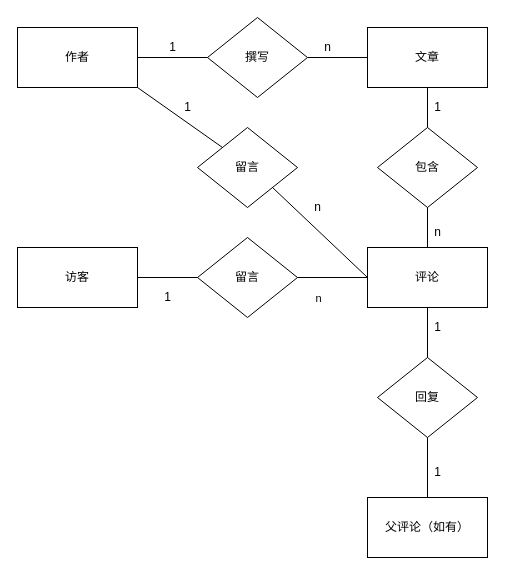
Before: diagrams/总E-R图.drawio in real-jiakai/draw, a draw.io diagram. Source tidied: cells renumbered, new cells numbered last; positions are measured from the earlier drawing's top-left corner, leaving out a move shared by most shapes. Both pictures are drawn from the tidied source at 100%, with x=0, y=0 at pixel (17, 17).
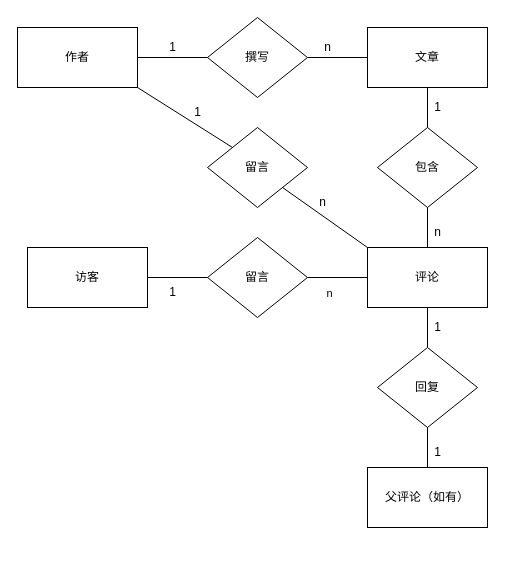
The same diagram, later.

Unchanged cells that the change refers to:
```xml
<mxCell id="5" value="评论" style="rounded=0;whiteSpace=wrap;html=1;" parent="1" vertex="1">
  <mxGeometry x="350" y="230" width="120" height="60" as="geometry" />
</mxCell>
```

Diff of the diagram source:
```diff
@@
     <mxCell id="3" value="访客" style="rounded=0;whiteSpace=wrap;html=1;" parent="1" vertex="1">
-      <mxGeometry y="230" width="120" height="60" as="geometry" />
+      <mxGeometry x="10" y="230" width="120" height="60" as="geometry" />
     </mxCell>
@@
     <mxCell id="16" value="留言" style="rhombus;whiteSpace=wrap;html=1;" parent="1" vertex="1">
-      <mxGeometry x="180" y="110" width="100" height="80" as="geometry" />
+      <mxGeometry x="190" y="110" width="100" height="80" as="geometry" />
     </mxCell>
-    <mxCell id="17" style="endArrow=none;html=1;rounded=0;entryX=1;entryY=1;entryDx=0;entryDy=0;exitX=0;exitY=0.5;exitDx=0;exitDy=0;" parent="1" edge="1" source="5" target="16">
+    <mxCell id="17" style="endArrow=none;html=1;rounded=0;entryX=1;entryY=1;entryDx=0;entryDy=0;exitX=0;exitY=0;exitDx=0;exitDy=0;" parent="1" edge="1" source="5" target="16">
       <mxGeometry relative="1" as="geometry" />
     </mxCell>
@@
     <mxCell id="19" value="留言" style="rhombus;whiteSpace=wrap;html=1;" parent="1" vertex="1">
-      <mxGeometry x="180" y="220" width="100" height="80" as="geometry" />
+      <mxGeometry x="190" y="220" width="100" height="80" as="geometry" />
     </mxCell>
     <mxCell id="20" style="endArrow=none;html=1;rounded=0;entryX=0;entryY=0.5;entryDx=0;entryDy=0;" parent="1" edge="1" target="19">
       <mxGeometry relative="1" as="geometry">
-        <mxPoint x="120" y="260" as="sourcePoint" />
+        <mxPoint x="130" y="260" as="sourcePoint" />
       </mxGeometry>
     </mxCell>
     <mxCell id="21" style="endArrow=none;html=1;rounded=0;" parent="1" edge="1">
       <mxGeometry relative="1" as="geometry">
-        <mxPoint x="280" y="260" as="sourcePoint" />
+        <mxPoint x="290" y="260" as="sourcePoint" />
         <mxPoint x="350" y="260" as="targetPoint" />
       </mxGeometry>
     </mxCell>
     <mxCell id="22" value="n" style="edgeLabel;html=1;align=center;verticalAlign=middle;" parent="21" vertex="1">
       <mxGeometry x="-0.51" y="-8" relative="1" as="geometry">
-        <mxPoint x="3" y="12" as="offset" />
+        <mxPoint x="6" y="7" as="offset" />
       </mxGeometry>
     </mxCell>
     <mxCell id="23" value="1" style="text;html=1;align=center;verticalAlign=middle;strokeColor=none;fillColor=none;" parent="1" vertex="1">
-      <mxGeometry x="155" y="75" width="30" height="30" as="geometry" />
+      <mxGeometry x="165" y="80" width="30" height="30" as="geometry" />
     </mxCell>
     <mxCell id="24" value="n" style="text;html=1;align=center;verticalAlign=middle;strokeColor=none;fillColor=none;" parent="1" vertex="1">
-      <mxGeometry x="285" y="175" width="30" height="30" as="geometry" />
+      <mxGeometry x="290" y="170" width="30" height="30" as="geometry" />
     </mxCell>
     <mxCell id="25" value="1" style="text;html=1;align=center;verticalAlign=middle;strokeColor=none;fillColor=none;" parent="1" vertex="1">
-      <mxGeometry x="135" y="265" width="30" height="30" as="geometry" />
+      <mxGeometry x="140" y="260" width="30" height="30" as="geometry" />
     </mxCell>
     <mxCell id="26" value="父评论（如有）" style="rounded=0;whiteSpace=wrap;html=1;" parent="1" vertex="1">
-      <mxGeometry x="350" y="480" width="120" height="60" as="geometry" />
+      <mxGeometry x="350" y="450" width="120" height="60" as="geometry" />
     </mxCell>
     <mxCell id="27" value="回复" style="rhombus;whiteSpace=wrap;html=1;" parent="1" vertex="1">
-      <mxGeometry x="360" y="340" width="100" height="80" as="geometry" />
+      <mxGeometry x="360" y="330" width="100" height="80" as="geometry" />
     </mxCell>
@@
-    <mxCell id="29" style="endArrow=none;html=1;rounded=0;exitX=0.5;exitY=0;exitDx=0;exitDy=0;" parent="1" edge="1" source="26">
-      <mxGeometry relative="1" as="geometry">
-        <mxPoint x="410" y="420" as="targetPoint" />
-      </mxGeometry>
+    <mxCell id="29" style="endArrow=none;html=1;rounded=0;exitX=0.5;exitY=0;exitDx=0;exitDy=0;entryX=0.5;entryY=1;entryDx=0;entryDy=0;" parent="1" edge="1" source="26" target="27">
+      <mxGeometry relative="1" as="geometry" />
     </mxCell>
@@
     <mxCell id="31" value="1" style="text;html=1;align=center;verticalAlign=middle;strokeColor=none;fillColor=none;" parent="1" vertex="1">
-      <mxGeometry x="405" y="440" width="30" height="30" as="geometry" />
+      <mxGeometry x="405" y="420" width="30" height="30" as="geometry" />
     </mxCell>
```
